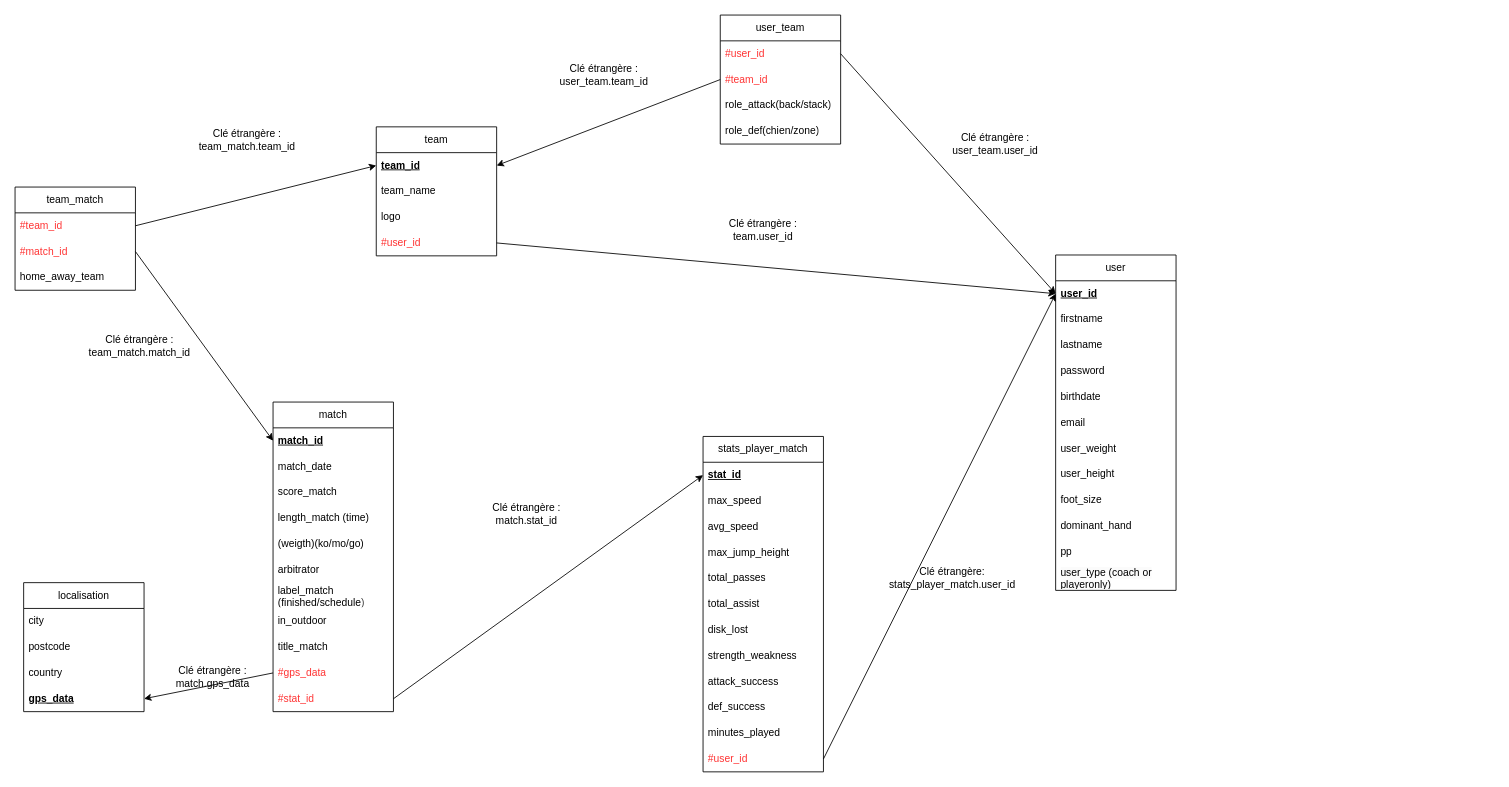
Earlier version of the draw.io diagram DB/schema_logique.dio (Saint-Patic/Projet-d-integration-2025-2026). Source tidied: cells renumbered, new cells numbered last; positions are measured from the earlier drawing's top-left corner, leaving out a move shared by most shapes. Both pictures are drawn from the tidied source at 86%, with x=0, y=0 at pixel (15, 15).
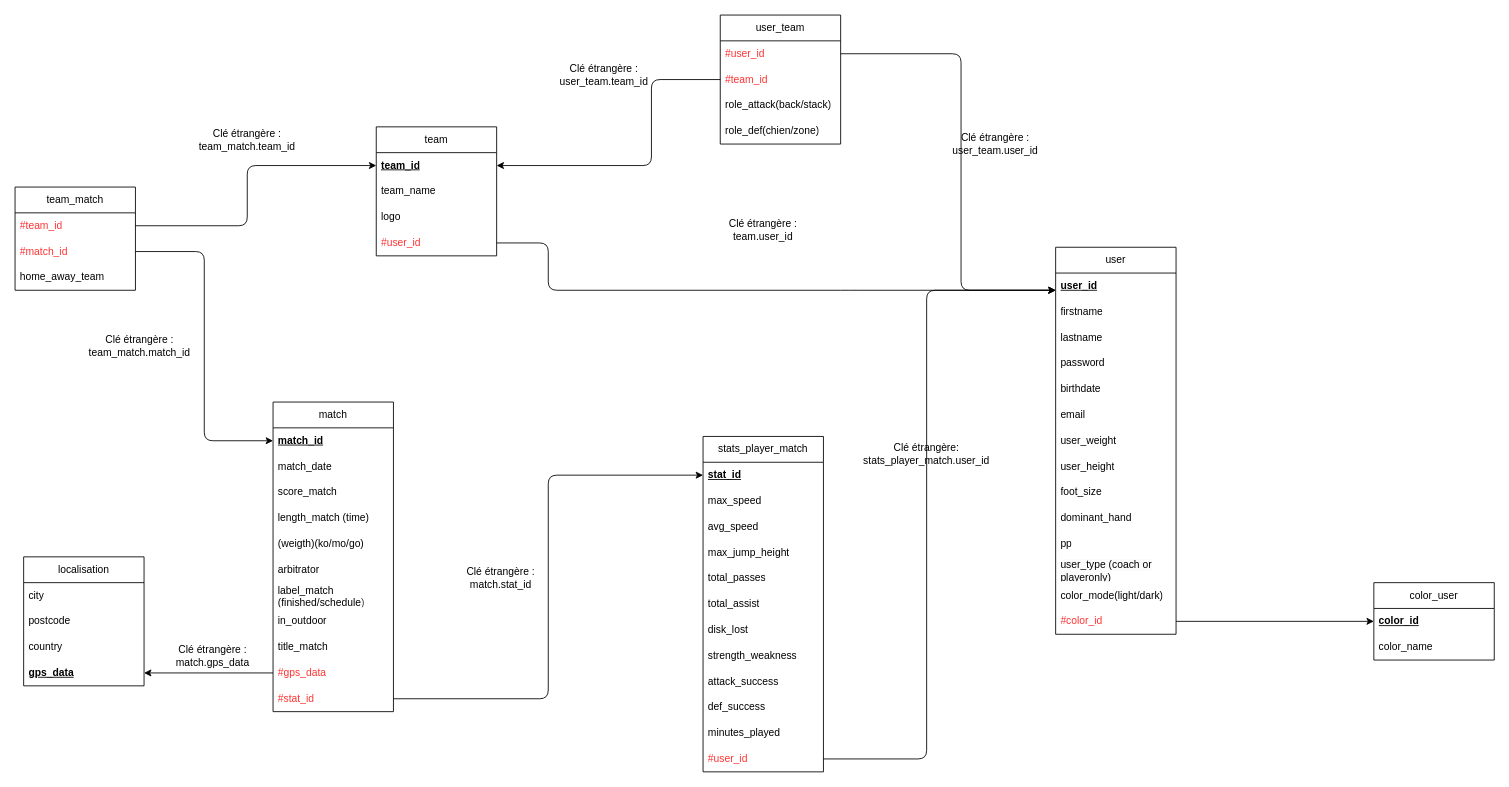
After the change.

Unchanged cells that the change refers to:
```xml
<mxCell id="3" value="&lt;b&gt;&lt;u&gt;stat_id&lt;/u&gt;&lt;/b&gt;" style="text;strokeColor=none;fillColor=none;align=left;verticalAlign=middle;spacingLeft=4;spacingRight=4;overflow=hidden;points=[[0,0.5],[1,0.5]];portConstraint=eastwest;whiteSpace=wrap;html=1;" parent="2" vertex="1">
  <mxGeometry y="30" width="140" height="30" as="geometry" />
</mxCell>
<mxCell id="14" value="&lt;font style=&quot;color: rgb(255, 51, 51);&quot;&gt;#user_id&lt;/font&gt;" style="text;strokeColor=none;fillColor=none;align=left;verticalAlign=middle;spacingLeft=4;spacingRight=4;overflow=hidden;points=[[0,0.5],[1,0.5]];portConstraint=eastwest;whiteSpace=wrap;html=1;" parent="2" vertex="1">
  <mxGeometry y="360" width="140" height="30" as="geometry" />
</mxCell>
<mxCell id="16" value="&lt;u&gt;&lt;b&gt;user_id&lt;/b&gt;&lt;/u&gt;" style="text;strokeColor=none;fillColor=none;align=left;verticalAlign=middle;spacingLeft=4;spacingRight=4;overflow=hidden;points=[[0,0.5],[1,0.5]];portConstraint=eastwest;whiteSpace=wrap;html=1;" parent="15" vertex="1">
  <mxGeometry y="30" width="140" height="30" as="geometry" />
</mxCell>
<mxCell id="29" value="&lt;b&gt;&lt;u&gt;match_id&lt;/u&gt;&lt;/b&gt;" style="text;strokeColor=none;fillColor=none;align=left;verticalAlign=middle;spacingLeft=4;spacingRight=4;overflow=hidden;points=[[0,0.5],[1,0.5]];portConstraint=eastwest;whiteSpace=wrap;html=1;" parent="28" vertex="1">
  <mxGeometry y="30" width="140" height="30" as="geometry" />
</mxCell>
<mxCell id="39" value="&lt;font style=&quot;color: rgb(255, 51, 51);&quot;&gt;#stat_id&lt;/font&gt;" style="text;strokeColor=none;fillColor=none;align=left;verticalAlign=middle;spacingLeft=4;spacingRight=4;overflow=hidden;points=[[0,0.5],[1,0.5]];portConstraint=eastwest;whiteSpace=wrap;html=1;" parent="28" vertex="1">
  <mxGeometry y="330" width="140" height="30" as="geometry" />
</mxCell>
<mxCell id="41" value="&lt;b&gt;&lt;u&gt;team_id&lt;/u&gt;&lt;/b&gt;" style="text;strokeColor=none;fillColor=none;align=left;verticalAlign=middle;spacingLeft=4;spacingRight=4;overflow=hidden;points=[[0,0.5],[1,0.5]];portConstraint=eastwest;whiteSpace=wrap;html=1;" parent="40" vertex="1">
  <mxGeometry y="30" width="140" height="30" as="geometry" />
</mxCell>
<mxCell id="44" value="&lt;font style=&quot;color: rgb(255, 51, 51);&quot;&gt;#user_id&lt;/font&gt;" style="text;strokeColor=none;fillColor=none;align=left;verticalAlign=middle;spacingLeft=4;spacingRight=4;overflow=hidden;points=[[0,0.5],[1,0.5]];portConstraint=eastwest;whiteSpace=wrap;html=1;" parent="40" vertex="1">
  <mxGeometry y="120" width="140" height="30" as="geometry" />
</mxCell>
<mxCell id="56" value="&lt;font style=&quot;color: rgb(255, 51, 51);&quot;&gt;#team_id&lt;/font&gt;" style="text;strokeColor=none;fillColor=none;align=left;verticalAlign=middle;spacingLeft=4;spacingRight=4;overflow=hidden;points=[[0,0.5],[1,0.5]];portConstraint=eastwest;whiteSpace=wrap;html=1;" parent="55" vertex="1">
  <mxGeometry y="30" width="140" height="30" as="geometry" />
</mxCell>
<mxCell id="57" value="&lt;font style=&quot;color: rgb(255, 51, 51);&quot;&gt;#match_id&lt;/font&gt;" style="text;strokeColor=none;fillColor=none;align=left;verticalAlign=middle;spacingLeft=4;spacingRight=4;overflow=hidden;points=[[0,0.5],[1,0.5]];portConstraint=eastwest;whiteSpace=wrap;html=1;" parent="55" vertex="1">
  <mxGeometry y="60" width="140" height="30" as="geometry" />
</mxCell>
<mxCell id="63" value="&lt;font style=&quot;color: rgb(255, 51, 51);&quot;&gt;#user_id&lt;/font&gt;" style="text;strokeColor=none;fillColor=none;align=left;verticalAlign=middle;spacingLeft=4;spacingRight=4;overflow=hidden;points=[[0,0.5],[1,0.5]];portConstraint=eastwest;whiteSpace=wrap;html=1;" parent="62" vertex="1">
  <mxGeometry y="30" width="140" height="30" as="geometry" />
</mxCell>
<mxCell id="64" value="&lt;font style=&quot;color: rgb(255, 51, 51);&quot;&gt;#team_id&lt;/font&gt;" style="text;strokeColor=none;fillColor=none;align=left;verticalAlign=middle;spacingLeft=4;spacingRight=4;overflow=hidden;points=[[0,0.5],[1,0.5]];portConstraint=eastwest;whiteSpace=wrap;html=1;" parent="62" vertex="1">
  <mxGeometry y="60" width="140" height="30" as="geometry" />
</mxCell>
```

Diff of the diagram source:
```diff
@@
     <mxCell id="15" value="user" style="swimlane;fontStyle=0;horizontal=1;startSize=30;whiteSpace=wrap;html=1;" parent="1" vertex="1">
-      <mxGeometry x="1210" y="279" width="140" height="390" as="geometry" />
+      <mxGeometry x="1210" y="270" width="140" height="450" as="geometry" />
     </mxCell>
@@
+    <mxCell id="75" value="color_mode(light/dark)" style="text;strokeColor=none;fillColor=none;align=left;verticalAlign=middle;spacingLeft=4;spacingRight=4;overflow=hidden;whiteSpace=wrap;html=1;" parent="15" vertex="1">
+      <mxGeometry y="390" width="140" height="30" as="geometry" />
+    </mxCell>
+    <mxCell id="76" value="&lt;font style=&quot;color: rgb(255, 51, 51);&quot;&gt;#color_id&lt;/font&gt;" style="text;strokeColor=none;fillColor=none;align=left;verticalAlign=middle;spacingLeft=4;spacingRight=4;overflow=hidden;points=[[0,0.5],[1,0.5]];portConstraint=eastwest;whiteSpace=wrap;html=1;" parent="15" vertex="1">
+      <mxGeometry y="420" width="140" height="30" as="geometry" />
+    </mxCell>
@@
     <mxCell id="45" value="localisation" style="swimlane;fontStyle=0;horizontal=1;startSize=30;whiteSpace=wrap;html=1;" parent="1" vertex="1">
-      <mxGeometry x="10" y="660" width="140" height="150" as="geometry" />
+      <mxGeometry x="10" y="630" width="140" height="150" as="geometry" />
     </mxCell>
@@
     <mxCell id="51" value="Clé étrangère : match.gps_data" style="text;html=1;align=center;verticalAlign=middle;whiteSpace=wrap;rounded=0;" parent="1" vertex="1">
-      <mxGeometry x="170" y="740" width="120" height="60" as="geometry" />
+      <mxGeometry x="170" y="715" width="120" height="60" as="geometry" />
     </mxCell>
     <mxCell id="52" style="edgeStyle=none;html=1;exitX=1;exitY=0.5;exitDx=0;exitDy=0;entryX=0;entryY=0.5;entryDx=0;entryDy=0;" parent="1" edge="1" source="39" target="3">
-      <mxGeometry relative="1" as="geometry" />
+      <mxGeometry relative="1" as="geometry">
+        <Array as="points">
+          <mxPoint x="620" y="795" />
+          <mxPoint x="620" y="535" />
+        </Array>
+      </mxGeometry>
     </mxCell>
     <mxCell id="53" value="Clé étrangère :&lt;div&gt;match.stat_id&lt;/div&gt;" style="text;html=1;align=center;verticalAlign=middle;whiteSpace=wrap;rounded=0;" parent="1" vertex="1">
-      <mxGeometry x="500" y="530" width="190" height="100" as="geometry" />
+      <mxGeometry x="470" y="605" width="190" height="100" as="geometry" />
     </mxCell>
-    <mxCell id="54" style="edgeStyle=none;html=1;exitX=1;exitY=0.5;exitDx=0;exitDy=0;entryX=0;entryY=0.5;entryDx=0;entryDy=0;" parent="1" edge="1" source="14" target="16">
-      <mxGeometry relative="1" as="geometry" />
+    <mxCell id="54" style="edgeStyle=none;html=1;exitX=1;exitY=0.5;exitDx=0;exitDy=0;" parent="1" edge="1" source="14">
+      <mxGeometry relative="1" as="geometry">
+        <mxPoint x="1210" y="320" as="targetPoint" />
+        <Array as="points">
+          <mxPoint x="1060" y="865" />
+          <mxPoint x="1060" y="320" />
+        </Array>
+      </mxGeometry>
     </mxCell>
@@
     <mxCell id="59" style="edgeStyle=none;html=1;exitX=1;exitY=0.5;exitDx=0;exitDy=0;entryX=0;entryY=0.5;entryDx=0;entryDy=0;" parent="1" edge="1" source="56" target="41">
-      <mxGeometry relative="1" as="geometry" />
+      <mxGeometry relative="1" as="geometry">
+        <Array as="points">
+          <mxPoint x="270" y="245" />
+          <mxPoint x="270" y="175" />
+        </Array>
+      </mxGeometry>
     </mxCell>
     <mxCell id="60" style="edgeStyle=none;html=1;exitX=1;exitY=0.5;exitDx=0;exitDy=0;entryX=0;entryY=0.5;entryDx=0;entryDy=0;" parent="1" edge="1" source="57" target="29">
-      <mxGeometry relative="1" as="geometry" />
+      <mxGeometry relative="1" as="geometry">
+        <Array as="points">
+          <mxPoint x="220" y="275" />
+          <mxPoint x="220" y="495" />
+        </Array>
+      </mxGeometry>
     </mxCell>
-    <mxCell id="61" style="edgeStyle=none;html=1;exitX=1;exitY=0.5;exitDx=0;exitDy=0;entryX=0;entryY=0.5;entryDx=0;entryDy=0;" parent="1" edge="1" source="44" target="16">
-      <mxGeometry relative="1" as="geometry" />
+    <mxCell id="61" style="edgeStyle=none;html=1;exitX=1;exitY=0.5;exitDx=0;exitDy=0;" parent="1" edge="1" source="44">
+      <mxGeometry relative="1" as="geometry">
+        <mxPoint x="1210" y="320" as="targetPoint" />
+        <Array as="points">
+          <mxPoint x="620" y="265" />
+          <mxPoint x="620" y="320" />
+          <mxPoint x="970" y="320" />
+        </Array>
+      </mxGeometry>
     </mxCell>
@@
-    <mxCell id="67" style="edgeStyle=none;html=1;exitX=1;exitY=0.5;exitDx=0;exitDy=0;entryX=0;entryY=0.5;entryDx=0;entryDy=0;" parent="1" edge="1" source="63" target="16">
-      <mxGeometry relative="1" as="geometry" />
+    <mxCell id="67" style="edgeStyle=none;html=1;exitX=1;exitY=0.5;exitDx=0;exitDy=0;" parent="1" edge="1" source="63">
+      <mxGeometry relative="1" as="geometry">
+        <mxPoint x="1210" y="320" as="targetPoint" />
+        <Array as="points">
+          <mxPoint x="1100" y="45" />
+          <mxPoint x="1100" y="320" />
+        </Array>
+      </mxGeometry>
     </mxCell>
     <mxCell id="68" style="edgeStyle=none;html=1;exitX=0;exitY=0.5;exitDx=0;exitDy=0;entryX=1;entryY=0.5;entryDx=0;entryDy=0;" parent="1" edge="1" source="64" target="41">
-      <mxGeometry relative="1" as="geometry" />
+      <mxGeometry relative="1" as="geometry">
+        <Array as="points">
+          <mxPoint x="740" y="75" />
+          <mxPoint x="740" y="175" />
+        </Array>
+      </mxGeometry>
     </mxCell>
     <mxCell id="69" value="Clé étrangère:&lt;div&gt;stats_player_match.user_id&lt;/div&gt;" style="text;html=1;align=center;verticalAlign=middle;whiteSpace=wrap;rounded=0;" parent="1" vertex="1">
-      <mxGeometry x="980" y="595" width="220" height="120" as="geometry" />
+      <mxGeometry x="950" y="450" width="220" height="120" as="geometry" />
     </mxCell>
@@
+    <mxCell id="77" value="color_user" style="swimlane;fontStyle=0;horizontal=1;startSize=30;whiteSpace=wrap;html=1;" parent="1" vertex="1">
+      <mxGeometry x="1580" y="660" width="140" height="90" as="geometry" />
+    </mxCell>
+    <mxCell id="78" value="&lt;u&gt;&lt;b&gt;color_id&lt;/b&gt;&lt;/u&gt;" style="text;strokeColor=none;fillColor=none;align=left;verticalAlign=middle;spacingLeft=4;spacingRight=4;overflow=hidden;points=[[0,0.5],[1,0.5]];portConstraint=eastwest;whiteSpace=wrap;html=1;" parent="77" vertex="1">
+      <mxGeometry y="30" width="140" height="30" as="geometry" />
+    </mxCell>
+    <mxCell id="79" value="color_name" style="text;strokeColor=none;fillColor=none;align=left;verticalAlign=middle;spacingLeft=4;spacingRight=4;overflow=hidden;whiteSpace=wrap;html=1;" parent="77" vertex="1">
+      <mxGeometry y="60" width="140" height="30" as="geometry" />
+    </mxCell>
+    <mxCell id="80" style="edgeStyle=none;html=1;exitX=1;exitY=0.5;exitDx=0;exitDy=0;entryX=0;entryY=0.5;entryDx=0;entryDy=0;" parent="1" edge="1" source="76" target="78">
+      <mxGeometry relative="1" as="geometry" />
+    </mxCell>
```
